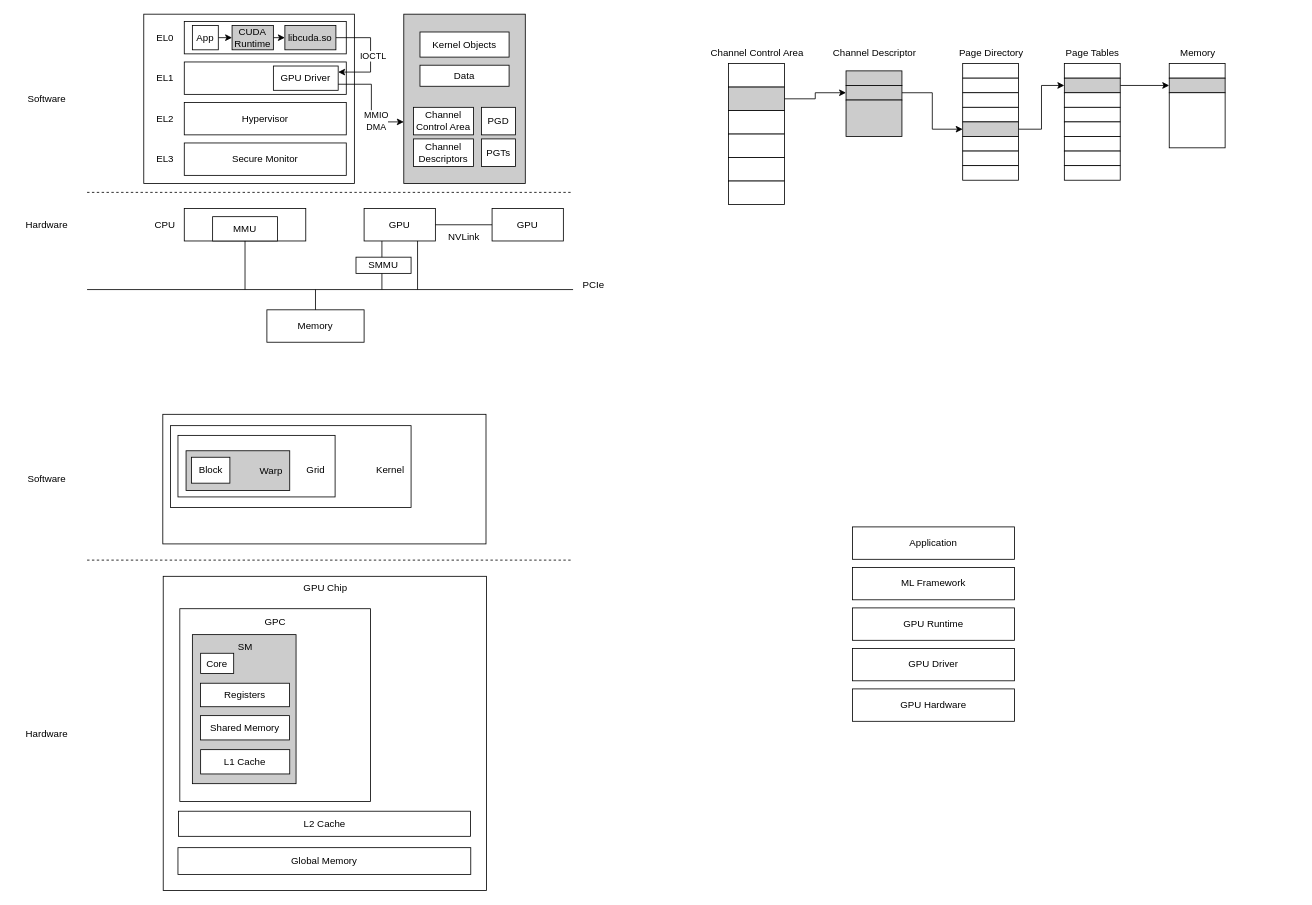
The draw.io diagram gpu.drawio in qianfei11/draw.io, before the edit. Source tidied: cells renumbered, new cells numbered last; positions are measured from the earlier drawing's top-left corner, leaving out a move shared by most shapes. Both pictures are drawn from the tidied source at 81%, with x=0, y=0 at pixel (14, 14).
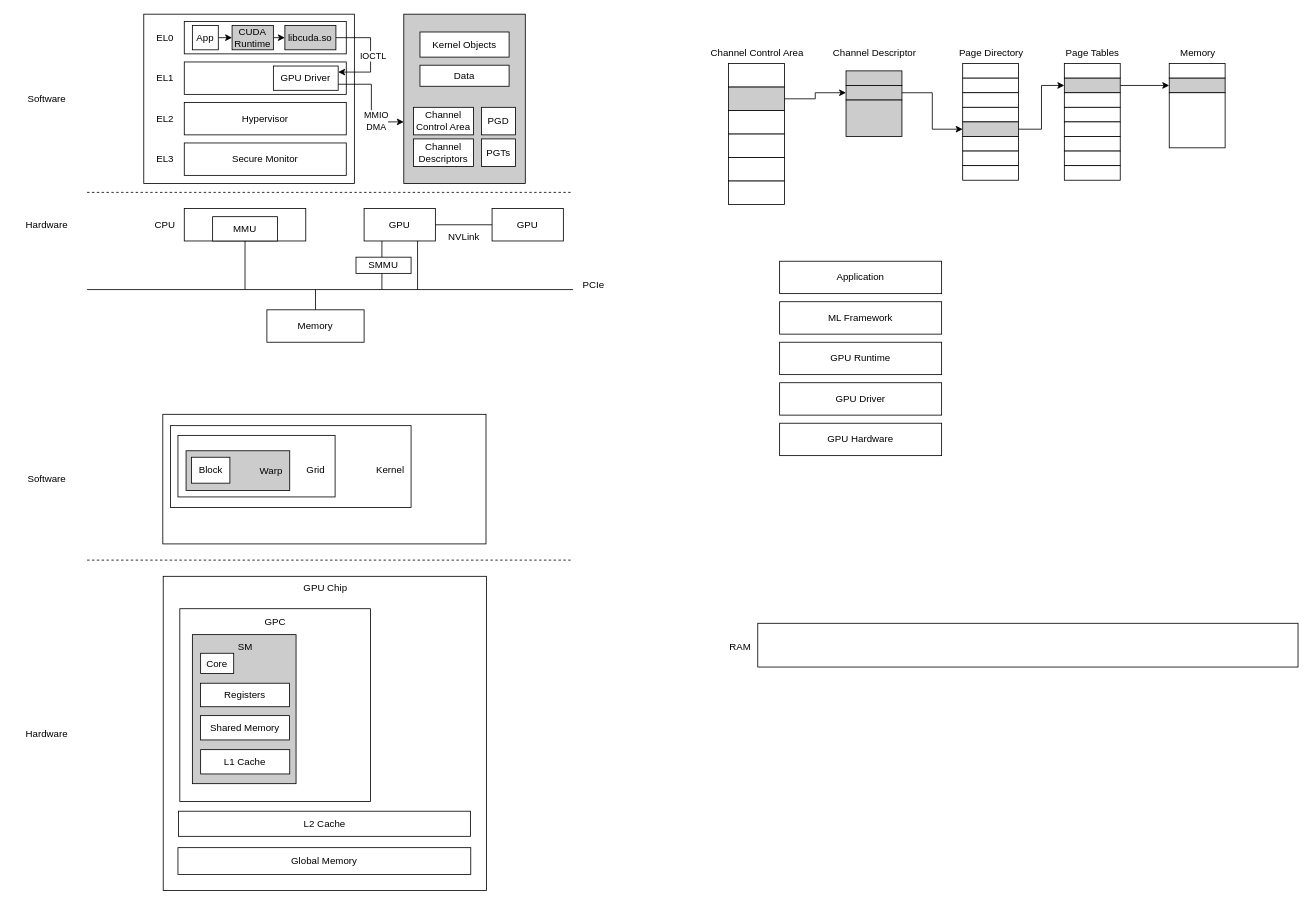
Above is the later version.

What changed in the source:
```diff
@@
     <mxCell id="106" value="ML Framework" style="rounded=0;whiteSpace=wrap;html=1;" parent="1" vertex="1">
-      <mxGeometry x="1035" y="683" width="200" height="40" as="geometry" />
+      <mxGeometry x="945" y="355" width="200" height="40" as="geometry" />
     </mxCell>
     <mxCell id="107" value="Application" style="rounded=0;whiteSpace=wrap;html=1;" parent="1" vertex="1">
-      <mxGeometry x="1035" y="633" width="200" height="40" as="geometry" />
+      <mxGeometry x="945" y="305" width="200" height="40" as="geometry" />
     </mxCell>
     <mxCell id="108" value="GPU Runtime" style="rounded=0;whiteSpace=wrap;html=1;" parent="1" vertex="1">
-      <mxGeometry x="1035" y="733" width="200" height="40" as="geometry" />
+      <mxGeometry x="945" y="405" width="200" height="40" as="geometry" />
     </mxCell>
     <mxCell id="109" value="GPU Driver" style="rounded=0;whiteSpace=wrap;html=1;" parent="1" vertex="1">
-      <mxGeometry x="1035" y="783" width="200" height="40" as="geometry" />
+      <mxGeometry x="945" y="455" width="200" height="40" as="geometry" />
     </mxCell>
     <mxCell id="110" value="GPU Hardware" style="rounded=0;whiteSpace=wrap;html=1;" parent="1" vertex="1">
-      <mxGeometry x="1035" y="833" width="200" height="40" as="geometry" />
+      <mxGeometry x="945" y="505" width="200" height="40" as="geometry" />
     </mxCell>
+    <mxCell id="111" style="rounded=0;whiteSpace=wrap;html=1;" parent="1" vertex="1">
+      <mxGeometry x="918" y="752" width="667" height="54" as="geometry" />
+    </mxCell>
+    <mxCell id="112" value="RAM" style="text;html=1;align=center;verticalAlign=middle;strokeColor=none;fillColor=none;" parent="1" vertex="1">
+      <mxGeometry x="873" y="768" width="45" height="26" as="geometry" />
+    </mxCell>
```
